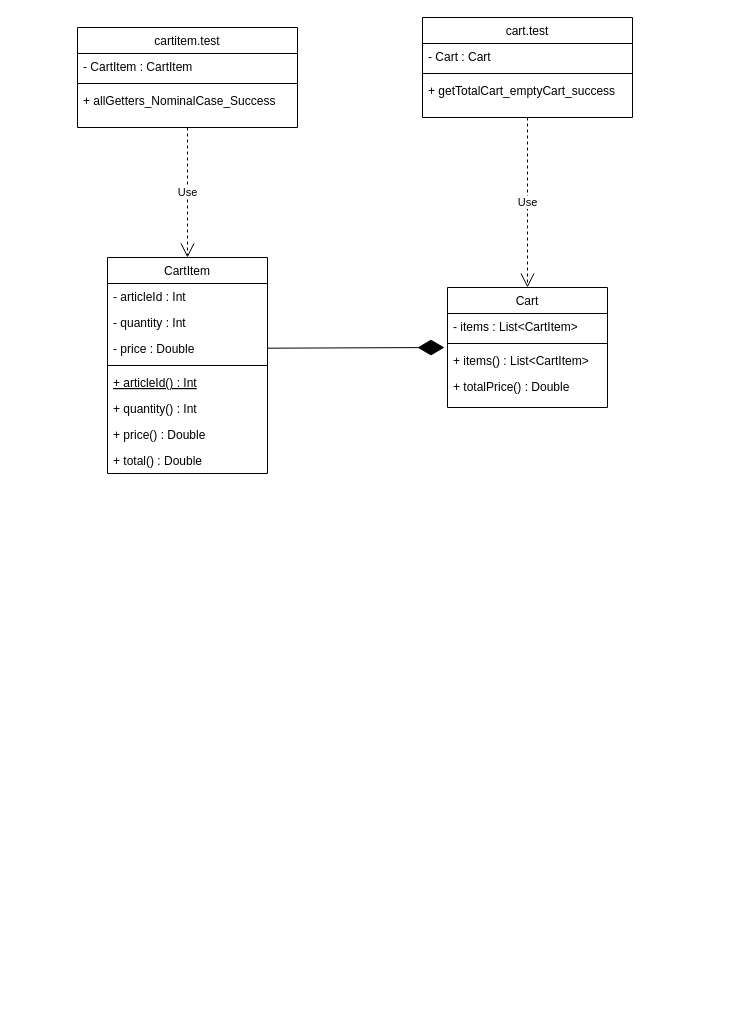
Before: ClassDiagram.drawio in CyrilGoldenschue/RIA1_TDD_TRAINING, a draw.io diagram. Source tidied: cells renumbered, new cells numbered last; positions are measured from the earlier drawing's top-left corner, leaving out a move shared by most shapes. Both pictures are drawn from the tidied source at 100%, with x=0, y=0 at pixel (77, 17).
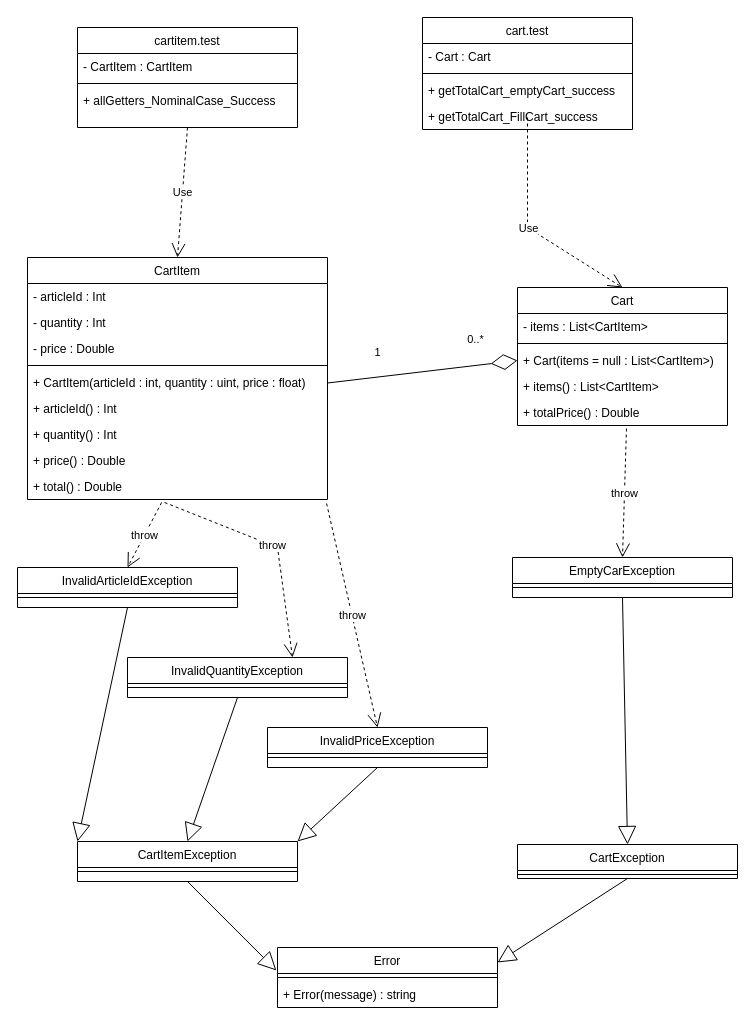
After the change.

Change to the diagram source:
```diff
@@
     <mxCell id="2" value="CartItem" style="swimlane;fontStyle=0;align=center;verticalAlign=top;horizontal=1;startSize=26;rounded=0;shadow=0;strokeWidth=1;" parent="1" vertex="1">
-      <mxGeometry x="30" y="240" width="160" height="216" as="geometry" />
+      <mxGeometry x="-50" y="240" width="300" height="242" as="geometry" />
     </mxCell>
     <mxCell id="3" value="- articleId : Int" style="text;align=left;verticalAlign=top;spacingLeft=4;spacingRight=4;overflow=hidden;" parent="2" vertex="1">
-      <mxGeometry y="26" width="160" height="26" as="geometry" />
+      <mxGeometry y="26" width="300" height="26" as="geometry" />
     </mxCell>
     <mxCell id="4" value="- quantity : Int" style="text;align=left;verticalAlign=top;spacingLeft=4;spacingRight=4;overflow=hidden;rounded=0;shadow=0;html=0;" parent="2" vertex="1">
-      <mxGeometry y="52" width="160" height="26" as="geometry" />
+      <mxGeometry y="52" width="300" height="26" as="geometry" />
     </mxCell>
     <mxCell id="5" value="- price : Double" style="text;align=left;verticalAlign=top;spacingLeft=4;spacingRight=4;overflow=hidden;points=[[0,0.5],[1,0.5]];portConstraint=eastwest;rounded=0;shadow=0;html=0;" parent="2" vertex="1">
-      <mxGeometry y="78" width="160" height="26" as="geometry" />
+      <mxGeometry y="78" width="300" height="26" as="geometry" />
     </mxCell>
+    <mxCell id="24" style="endArrow=diamondThin;endFill=0;endSize=24;html=1;rounded=0;entryX=0;entryY=0.5;entryDx=0;entryDy=0;exitX=1;exitY=0.5;exitDx=0;exitDy=0;" parent="2" edge="1" target="30">
+      <mxGeometry relative="1" as="geometry">
+        <mxPoint x="300" y="125.5" as="sourcePoint" />
+      </mxGeometry>
+    </mxCell>
+    <mxCell id="27" value="0..*" style="edgeLabel;html=1;align=center;verticalAlign=middle;" parent="24" vertex="1">
+      <mxGeometry x="0.28" relative="1" as="geometry">
+        <mxPoint x="26" y="-30" as="offset" />
+      </mxGeometry>
+    </mxCell>
+    <mxCell id="28" value="1" style="edgeLabel;html=1;align=center;verticalAlign=middle;" parent="24" vertex="1">
+      <mxGeometry x="-0.18" y="-4" relative="1" as="geometry">
+        <mxPoint x="-28" y="-26" as="offset" />
+      </mxGeometry>
+    </mxCell>
     <mxCell id="6" style="line;html=1;strokeWidth=1;align=left;verticalAlign=middle;spacingTop=-1;spacingLeft=3;spacingRight=3;labelPosition=right;" parent="2" vertex="1">
-      <mxGeometry y="104" width="160" height="8" as="geometry" />
+      <mxGeometry y="104" width="300" height="8" as="geometry" />
     </mxCell>
+    <mxCell id="29" value="+ CartItem(articleId : int, quantity : uint, price : float)" style="text;align=left;verticalAlign=top;spacingLeft=4;spacingRight=4;overflow=hidden;" parent="2" vertex="1">
+      <mxGeometry y="112" width="300" height="26" as="geometry" />
+    </mxCell>
-    <mxCell id="7" value="+ articleId() : Int" style="text;align=left;verticalAlign=top;spacingLeft=4;spacingRight=4;overflow=hidden;fontStyle=4;" parent="2" vertex="1">
-      <mxGeometry y="112" width="160" height="26" as="geometry" />
+    <mxCell id="7" value="+ articleId() : Int" style="text;align=left;verticalAlign=top;spacingLeft=4;spacingRight=4;overflow=hidden;fontStyle=0;" parent="2" vertex="1">
+      <mxGeometry y="138" width="300" height="26" as="geometry" />
     </mxCell>
     <mxCell id="8" value="+ quantity() : Int" style="text;align=left;verticalAlign=top;spacingLeft=4;spacingRight=4;overflow=hidden;" parent="2" vertex="1">
-      <mxGeometry y="138" width="160" height="26" as="geometry" />
+      <mxGeometry y="164" width="300" height="26" as="geometry" />
     </mxCell>
     <mxCell id="9" value="+ price() : Double" style="text;align=left;verticalAlign=top;spacingLeft=4;spacingRight=4;overflow=hidden;" parent="2" vertex="1">
-      <mxGeometry y="164" width="160" height="26" as="geometry" />
+      <mxGeometry y="190" width="300" height="26" as="geometry" />
     </mxCell>
     <mxCell id="10" value="+ total() : Double" style="text;align=left;verticalAlign=top;spacingLeft=4;spacingRight=4;overflow=hidden;points=[[0,0.5],[1,0.5]];portConstraint=eastwest;" parent="2" vertex="1">
-      <mxGeometry y="190" width="160" height="26" as="geometry" />
+      <mxGeometry y="216" width="300" height="26" as="geometry" />
     </mxCell>
     <mxCell id="11" value="Cart" style="swimlane;fontStyle=0;align=center;verticalAlign=top;horizontal=1;startSize=26;rounded=0;shadow=0;strokeWidth=1;" parent="1" vertex="1">
-      <mxGeometry x="370" y="270" width="160" height="120" as="geometry" />
+      <mxGeometry x="440" y="270" width="210" height="138" as="geometry" />
     </mxCell>
     <mxCell id="12" value="- items : List&lt;CartItem&gt;" style="text;align=left;verticalAlign=top;spacingLeft=4;spacingRight=4;overflow=hidden;" parent="11" vertex="1">
-      <mxGeometry y="26" width="160" height="26" as="geometry" />
+      <mxGeometry y="26" width="210" height="26" as="geometry" />
     </mxCell>
     <mxCell id="13" style="line;html=1;strokeWidth=1;align=left;verticalAlign=middle;spacingTop=-1;spacingLeft=3;spacingRight=3;labelPosition=right;" parent="11" vertex="1">
-      <mxGeometry y="52" width="160" height="8" as="geometry" />
+      <mxGeometry y="52" width="210" height="8" as="geometry" />
     </mxCell>
+    <mxCell id="30" value="+ Cart(items = null : List&lt;CartItem&gt;)" style="text;align=left;verticalAlign=top;spacingLeft=4;spacingRight=4;overflow=hidden;points=[[0,0.5],[1,0.5]];portConstraint=eastwest;" parent="11" vertex="1">
+      <mxGeometry y="60" width="210" height="26" as="geometry" />
+    </mxCell>
     <mxCell id="14" value="+ items() : List&lt;CartItem&gt;" style="text;align=left;verticalAlign=top;spacingLeft=4;spacingRight=4;overflow=hidden;points=[[0,0.5],[1,0.5]];portConstraint=eastwest;" parent="11" vertex="1">
-      <mxGeometry y="60" width="160" height="26" as="geometry" />
+      <mxGeometry y="86" width="210" height="26" as="geometry" />
     </mxCell>
     <mxCell id="15" value="+ totalPrice() : Double" style="text;align=left;verticalAlign=top;spacingLeft=4;spacingRight=4;overflow=hidden;points=[[0,0.5],[1,0.5]];portConstraint=eastwest;" parent="11" vertex="1">
-      <mxGeometry y="86" width="160" height="26" as="geometry" />
+      <mxGeometry y="112" width="210" height="26" as="geometry" />
     </mxCell>
@@
     <mxCell id="20" value="cart.test" style="swimlane;fontStyle=0;align=center;verticalAlign=top;horizontal=1;startSize=26;rounded=0;shadow=0;strokeWidth=1;" parent="1" vertex="1">
-      <mxGeometry x="345" width="210" height="100" as="geometry" />
+      <mxGeometry x="345" width="210" height="112" as="geometry" />
     </mxCell>
@@
-    <mxCell id="24" style="endArrow=diamondThin;endFill=1;endSize=24;html=1;rounded=0;entryX=-0.019;entryY=0;entryDx=0;entryDy=0;entryPerimeter=0;" parent="1" edge="1" source="5" target="14">
-      <mxGeometry relative="1" as="geometry" />
-    </mxCell>
+    <mxCell id="31" value="+ getTotalCart_FillCart_success" style="text;align=left;verticalAlign=top;spacingLeft=4;spacingRight=4;overflow=hidden;" parent="20" vertex="1">
+      <mxGeometry y="86" width="210" height="26" as="geometry" />
+    </mxCell>
@@
+    <mxCell id="32" value="EmptyCarException" style="swimlane;fontStyle=0;align=center;verticalAlign=top;horizontal=1;startSize=26;rounded=0;shadow=0;strokeWidth=1;" parent="1" vertex="1">
+      <mxGeometry x="435" y="540" width="220" height="40" as="geometry" />
+    </mxCell>
+    <mxCell id="33" style="line;html=1;strokeWidth=1;align=left;verticalAlign=middle;spacingTop=-1;spacingLeft=3;spacingRight=3;labelPosition=right;" parent="32" vertex="1">
+      <mxGeometry y="26" width="220" height="8" as="geometry" />
+    </mxCell>
+    <mxCell id="34" value="InvalidArticleIdException" style="swimlane;fontStyle=0;align=center;verticalAlign=top;horizontal=1;startSize=26;rounded=0;shadow=0;strokeWidth=1;" parent="1" vertex="1">
+      <mxGeometry x="-60" y="550" width="220" height="40" as="geometry" />
+    </mxCell>
+    <mxCell id="35" style="line;html=1;strokeWidth=1;align=left;verticalAlign=middle;spacingTop=-1;spacingLeft=3;spacingRight=3;labelPosition=right;" parent="34" vertex="1">
+      <mxGeometry y="26" width="220" height="8" as="geometry" />
+    </mxCell>
+    <mxCell id="36" value="InvalidQuantityException" style="swimlane;fontStyle=0;align=center;verticalAlign=top;horizontal=1;startSize=26;rounded=0;shadow=0;strokeWidth=1;" parent="1" vertex="1">
+      <mxGeometry x="50" y="640" width="220" height="40" as="geometry" />
+    </mxCell>
+    <mxCell id="37" style="line;html=1;strokeWidth=1;align=left;verticalAlign=middle;spacingTop=-1;spacingLeft=3;spacingRight=3;labelPosition=right;" parent="36" vertex="1">
+      <mxGeometry y="26" width="220" height="8" as="geometry" />
+    </mxCell>
+    <mxCell id="38" value="InvalidPriceException" style="swimlane;fontStyle=0;align=center;verticalAlign=top;horizontal=1;startSize=26;rounded=0;shadow=0;strokeWidth=1;" parent="1" vertex="1">
+      <mxGeometry x="190" y="710" width="220" height="40" as="geometry" />
+    </mxCell>
+    <mxCell id="39" style="line;html=1;strokeWidth=1;align=left;verticalAlign=middle;spacingTop=-1;spacingLeft=3;spacingRight=3;labelPosition=right;" parent="38" vertex="1">
+      <mxGeometry y="26" width="220" height="8" as="geometry" />
+    </mxCell>
+    <mxCell id="40" value="Error" style="swimlane;fontStyle=0;align=center;verticalAlign=top;horizontal=1;startSize=26;rounded=0;shadow=0;strokeWidth=1;" parent="1" vertex="1">
+      <mxGeometry x="200" y="930" width="220" height="60" as="geometry" />
+    </mxCell>
+    <mxCell id="41" style="line;html=1;strokeWidth=1;align=left;verticalAlign=middle;spacingTop=-1;spacingLeft=3;spacingRight=3;labelPosition=right;" parent="40" vertex="1">
+      <mxGeometry y="26" width="220" height="8" as="geometry" />
+    </mxCell>
+    <mxCell id="42" value="+ Error(message) : string" style="text;align=left;verticalAlign=top;spacingLeft=4;spacingRight=4;overflow=hidden;" parent="40" vertex="1">
+      <mxGeometry y="34" width="220" height="26" as="geometry" />
+    </mxCell>
+    <mxCell id="43" value="throw" style="endArrow=open;endSize=12;dashed=1;html=1;rounded=0;exitX=0.447;exitY=1.115;exitDx=0;exitDy=0;exitPerimeter=0;entryX=0.5;entryY=0;entryDx=0;entryDy=0;" parent="1" edge="1" source="10" target="34">
+      <mxGeometry relative="1" as="geometry" />
+    </mxCell>
+    <mxCell id="44" value="throw" style="endArrow=open;endSize=12;dashed=1;html=1;rounded=0;exitX=0.457;exitY=1.115;exitDx=0;exitDy=0;exitPerimeter=0;entryX=0.75;entryY=0;entryDx=0;entryDy=0;" parent="1" edge="1" source="10" target="36">
+      <mxGeometry relative="1" as="geometry">
+        <Array as="points">
+          <mxPoint x="200" y="530" />
+        </Array>
+      </mxGeometry>
+    </mxCell>
+    <mxCell id="45" value="throw" style="endArrow=open;endSize=12;dashed=1;html=1;rounded=0;exitX=0.997;exitY=1.154;exitDx=0;exitDy=0;exitPerimeter=0;entryX=0.5;entryY=0;entryDx=0;entryDy=0;" parent="1" edge="1" source="10" target="38">
+      <mxGeometry relative="1" as="geometry" />
+    </mxCell>
+    <mxCell id="46" value="throw" style="endArrow=open;endSize=12;dashed=1;html=1;rounded=0;exitX=0.519;exitY=1.115;exitDx=0;exitDy=0;exitPerimeter=0;entryX=0.5;entryY=0;entryDx=0;entryDy=0;" parent="1" edge="1" source="15" target="32">
+      <mxGeometry relative="1" as="geometry" />
+    </mxCell>
+    <mxCell id="47" value="CartException" style="swimlane;fontStyle=0;align=center;verticalAlign=top;horizontal=1;startSize=26;rounded=0;shadow=0;strokeWidth=1;" parent="1" vertex="1">
+      <mxGeometry x="440" y="827" width="220" height="34" as="geometry" />
+    </mxCell>
+    <mxCell id="48" style="line;html=1;strokeWidth=1;align=left;verticalAlign=middle;spacingTop=-1;spacingLeft=3;spacingRight=3;labelPosition=right;" parent="47" vertex="1">
+      <mxGeometry y="26" width="220" height="8" as="geometry" />
+    </mxCell>
+    <mxCell id="49" value="CartItemException" style="swimlane;fontStyle=0;align=center;verticalAlign=top;horizontal=1;startSize=26;rounded=0;shadow=0;strokeWidth=1;" parent="1" vertex="1">
+      <mxGeometry y="824" width="220" height="40" as="geometry" />
+    </mxCell>
+    <mxCell id="50" style="line;html=1;strokeWidth=1;align=left;verticalAlign=middle;spacingTop=-1;spacingLeft=3;spacingRight=3;labelPosition=right;" parent="49" vertex="1">
+      <mxGeometry y="26" width="220" height="8" as="geometry" />
+    </mxCell>
+    <mxCell id="51" style="endArrow=block;endSize=16;endFill=0;html=1;rounded=0;exitX=0.5;exitY=1;exitDx=0;exitDy=0;entryX=0.5;entryY=0;entryDx=0;entryDy=0;" parent="1" edge="1" source="32" target="47">
+      <mxGeometry x="0.13" y="20" relative="1" as="geometry" />
+    </mxCell>
+    <mxCell id="52" style="endArrow=block;endSize=16;endFill=0;html=1;rounded=0;exitX=0.5;exitY=1;exitDx=0;exitDy=0;entryX=0;entryY=0;entryDx=0;entryDy=0;" parent="1" edge="1" source="34" target="49">
+      <mxGeometry x="0.13" y="20" relative="1" as="geometry" />
+    </mxCell>
+    <mxCell id="53" style="endArrow=block;endSize=16;endFill=0;html=1;rounded=0;exitX=0.5;exitY=1;exitDx=0;exitDy=0;entryX=0.5;entryY=0;entryDx=0;entryDy=0;" parent="1" edge="1" source="36" target="49">
+      <mxGeometry x="0.13" y="20" relative="1" as="geometry" />
+    </mxCell>
+    <mxCell id="54" style="endArrow=block;endSize=16;endFill=0;html=1;rounded=0;exitX=0.5;exitY=1;exitDx=0;exitDy=0;entryX=1;entryY=0;entryDx=0;entryDy=0;" parent="1" edge="1" source="38" target="49">
+      <mxGeometry x="0.13" y="20" relative="1" as="geometry" />
+    </mxCell>
+    <mxCell id="55" style="endArrow=block;endSize=16;endFill=0;html=1;rounded=0;exitX=0.5;exitY=1;exitDx=0;exitDy=0;entryX=1;entryY=0.25;entryDx=0;entryDy=0;" parent="1" edge="1" source="47" target="40">
+      <mxGeometry x="0.13" y="20" relative="1" as="geometry" />
+    </mxCell>
+    <mxCell id="56" style="endArrow=block;endSize=16;endFill=0;html=1;rounded=0;exitX=0.5;exitY=1;exitDx=0;exitDy=0;entryX=-0.005;entryY=0.383;entryDx=0;entryDy=0;entryPerimeter=0;" parent="1" edge="1" source="49" target="40">
+      <mxGeometry x="0.13" y="20" relative="1" as="geometry" />
+    </mxCell>
```
